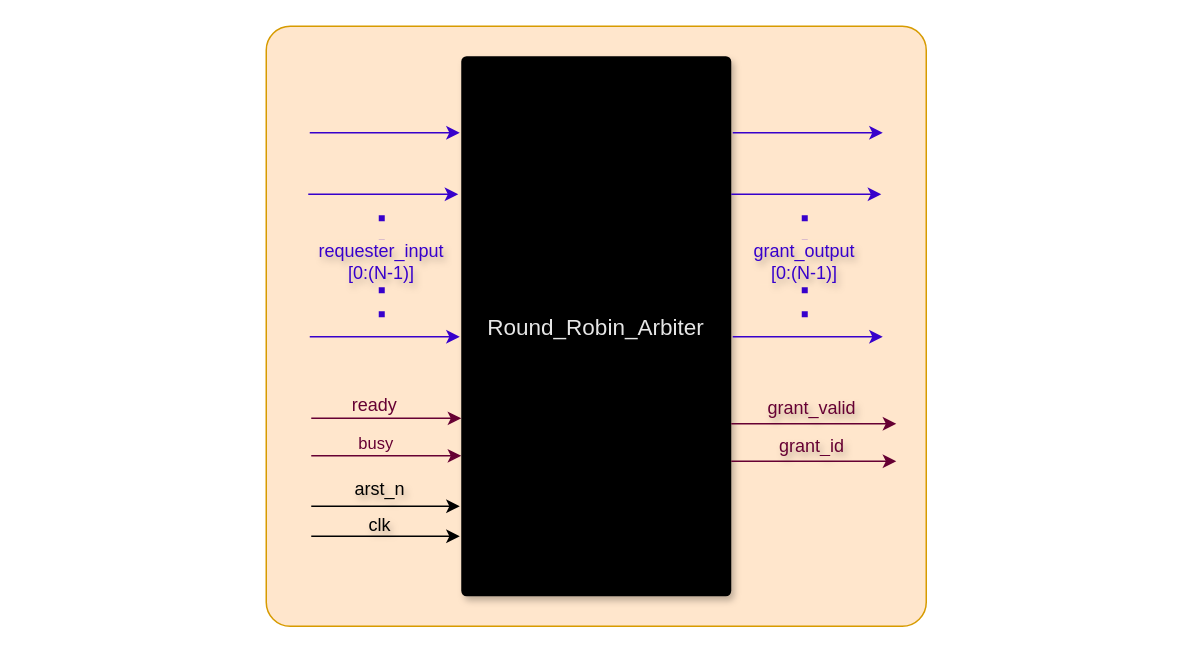
Before: document/source/r_robin_arbiter.drawio in ADN-VLSI/adn_common, a draw.io diagram. Source tidied: cells renumbered, new cells numbered last; positions are measured from the earlier drawing's top-left corner, leaving out a move shared by most shapes. Both pictures are drawn from the tidied source at 150%, with x=0, y=0 at pixel (266, 26).
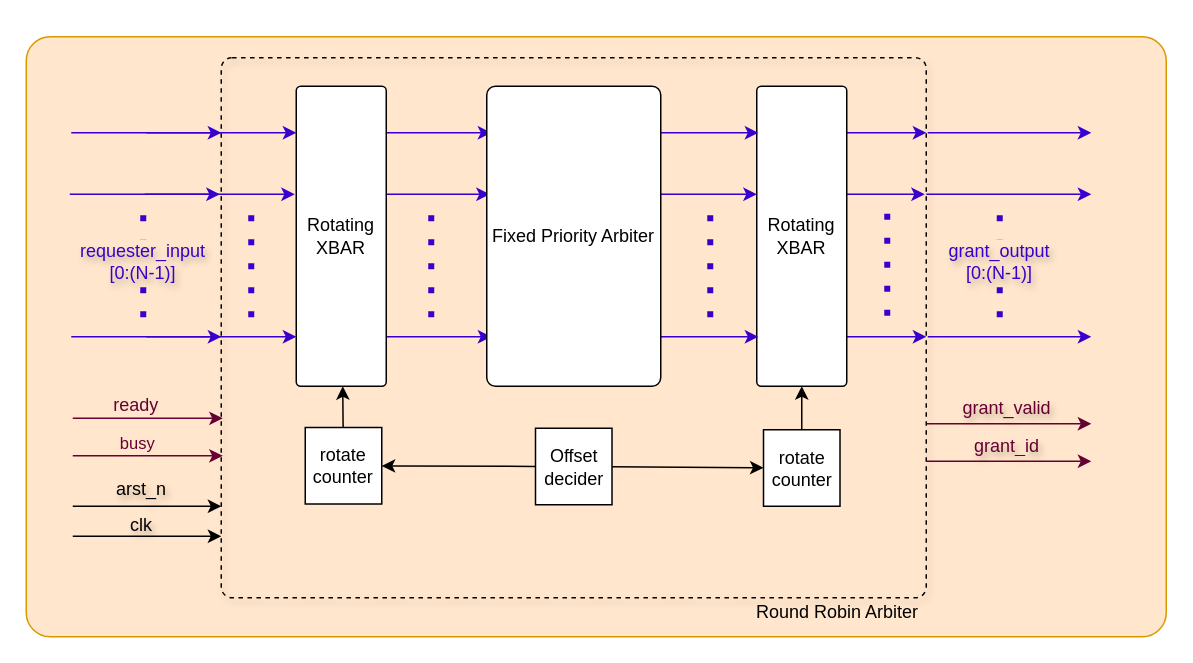
The same page after the edit.

Change to the diagram source:
```diff
@@
     <mxCell id="2" value="&lt;div&gt;&lt;br&gt;&lt;/div&gt;&lt;div&gt;&lt;br&gt;&lt;/div&gt;&lt;div&gt;&lt;br&gt;&lt;/div&gt;&lt;div&gt;&lt;br&gt;&lt;/div&gt;&lt;div&gt;&lt;br&gt;&lt;/div&gt;&lt;div&gt;&lt;br&gt;&lt;/div&gt;&lt;div&gt;&lt;br&gt;&lt;/div&gt;" style="rounded=1;whiteSpace=wrap;html=1;arcSize=4;fillColor=#ffe6cc;strokeColor=#d79b00;glass=0;" parent="1" vertex="1">
-      <mxGeometry width="440" height="400" as="geometry" />
+      <mxGeometry x="-160" y="7" width="760" height="400" as="geometry" />
     </mxCell>
-    <mxCell id="3" value="&lt;font style=&quot;color: rgb(230, 230, 230); font-size: 15px;&quot;&gt;Round_Robin_Arbiter&lt;/font&gt;" style="rounded=1;whiteSpace=wrap;html=1;shadow=1;fillColor=#333333;strokeColor=none;gradientColor=light-dark(#1F0000,#048185);gradientDirection=east;glass=0;arcSize=2;" parent="1" vertex="1">
-      <mxGeometry x="130" y="20" width="180" height="360" as="geometry" />
+    <mxCell id="3" style="rounded=1;whiteSpace=wrap;html=1;shadow=1;gradientDirection=east;glass=0;arcSize=2;fillColor=none;dashed=1;" parent="1" vertex="1">
+      <mxGeometry x="-30" y="21" width="470" height="360" as="geometry" />
     </mxCell>
     <mxCell id="4" style="endArrow=classic;html=1;fillColor=#f8cecc;strokeColor=#660033;" parent="1" edge="1">
       <mxGeometry relative="1" as="geometry">
-        <mxPoint x="30" y="261.4" as="sourcePoint" />
-        <mxPoint x="130" y="261.4" as="targetPoint" />
+        <mxPoint x="-129" y="261.4" as="sourcePoint" />
+        <mxPoint x="-29" y="261.4" as="targetPoint" />
       </mxGeometry>
     </mxCell>
     <mxCell id="5" style="endArrow=classic;html=1;fillColor=#6a00ff;strokeColor=#660033;" parent="1" edge="1">
       <mxGeometry relative="1" as="geometry">
-        <mxPoint x="30" y="286.4" as="sourcePoint" />
-        <mxPoint x="130" y="286.4" as="targetPoint" />
+        <mxPoint x="-129" y="286.4" as="sourcePoint" />
+        <mxPoint x="-29" y="286.4" as="targetPoint" />
       </mxGeometry>
     </mxCell>
@@
     <mxCell id="7" style="endArrow=classic;html=1;fillColor=#6a00ff;strokeColor=#3700CC;" parent="1" edge="1">
       <mxGeometry relative="1" as="geometry">
-        <mxPoint x="29" y="71" as="sourcePoint" />
-        <mxPoint x="129" y="71" as="targetPoint" />
+        <mxPoint x="-130" y="71" as="sourcePoint" />
+        <mxPoint x="-30" y="71" as="targetPoint" />
       </mxGeometry>
     </mxCell>
     <mxCell id="8" style="endArrow=classic;html=1;fillColor=#6a00ff;strokeColor=#3700CC;" parent="1" edge="1">
       <mxGeometry relative="1" as="geometry">
-        <mxPoint x="28" y="112" as="sourcePoint" />
-        <mxPoint x="128" y="112" as="targetPoint" />
+        <mxPoint x="-131" y="112" as="sourcePoint" />
+        <mxPoint x="-31" y="112" as="targetPoint" />
       </mxGeometry>
     </mxCell>
     <mxCell id="9" style="endArrow=none;dashed=1;html=1;dashPattern=1 3;strokeWidth=4;flowAnimation=0;fillColor=#6a00ff;strokeColor=#3700CC;" parent="1" edge="1">
       <mxGeometry relative="1" as="geometry">
-        <mxPoint x="77" y="194" as="sourcePoint" />
-        <mxPoint x="77" y="114" as="targetPoint" />
+        <mxPoint x="-82" y="194" as="sourcePoint" />
+        <mxPoint x="-82" y="114" as="targetPoint" />
       </mxGeometry>
     </mxCell>
     <mxCell id="10" style="endArrow=classic;html=1;fillColor=#6a00ff;strokeColor=#3700CC;" parent="1" edge="1">
       <mxGeometry relative="1" as="geometry">
-        <mxPoint x="29" y="207" as="sourcePoint" />
-        <mxPoint x="129" y="207" as="targetPoint" />
+        <mxPoint x="-130" y="207" as="sourcePoint" />
+        <mxPoint x="-30" y="207" as="targetPoint" />
       </mxGeometry>
     </mxCell>
     <mxCell id="11" style="endArrow=classic;html=1;" parent="1" edge="1">
       <mxGeometry relative="1" as="geometry">
-        <mxPoint x="30" y="320" as="sourcePoint" />
-        <mxPoint x="129" y="320" as="targetPoint" />
+        <mxPoint x="-129" y="320" as="sourcePoint" />
+        <mxPoint x="-30" y="320" as="targetPoint" />
       </mxGeometry>
     </mxCell>
     <mxCell id="12" style="endArrow=classic;html=1;" parent="1" edge="1">
       <mxGeometry relative="1" as="geometry">
-        <mxPoint x="30" y="340" as="sourcePoint" />
-        <mxPoint x="129" y="340" as="targetPoint" />
+        <mxPoint x="-129" y="340" as="sourcePoint" />
+        <mxPoint x="-30" y="340" as="targetPoint" />
       </mxGeometry>
     </mxCell>
     <mxCell id="13" value="arst_n" style="text;html=1;align=center;verticalAlign=middle;whiteSpace=wrap;rounded=0;rotation=0;textShadow=1;direction=east;flipH=0;flipV=0;" parent="1" vertex="1">
-      <mxGeometry x="30" y="299" width="92" height="20" as="geometry" />
+      <mxGeometry x="-129" y="299" width="92" height="20" as="geometry" />
     </mxCell>
     <mxCell id="14" value="clk" style="text;html=1;align=center;verticalAlign=middle;whiteSpace=wrap;rounded=0;rotation=0;textShadow=1;direction=east;" parent="1" vertex="1">
-      <mxGeometry x="30" y="328" width="92" height="9" as="geometry" />
+      <mxGeometry x="-129" y="328" width="92" height="9" as="geometry" />
     </mxCell>
     <mxCell id="15" value="&lt;font style=&quot;color: rgb(55, 0, 204);&quot;&gt;requester_input&lt;br&gt;[0:(N-1)]&lt;/font&gt;" style="text;html=1;align=center;verticalAlign=middle;whiteSpace=wrap;rounded=0;labelBackgroundColor=none;textShadow=1;fillColor=#ffe6cc;strokeColor=none;" parent="1" vertex="1">
-      <mxGeometry x="47" y="142" width="60" height="30" as="geometry" />
+      <mxGeometry x="-112" y="142" width="60" height="30" as="geometry" />
     </mxCell>
     <mxCell id="16" style="endArrow=classic;html=1;strokeColor=#660033;" parent="1" edge="1">
       <mxGeometry relative="1" as="geometry">
-        <mxPoint x="310" y="290" as="sourcePoint" />
-        <mxPoint x="420" y="290" as="targetPoint" />
+        <mxPoint x="440" y="290" as="sourcePoint" />
+        <mxPoint x="550" y="290" as="targetPoint" />
       </mxGeometry>
     </mxCell>
     <mxCell id="17" value="&lt;font style=&quot;color: rgb(102, 0, 51);&quot;&gt;grant_id&lt;/font&gt;" style="text;html=1;align=center;verticalAlign=middle;whiteSpace=wrap;rounded=0;textShadow=1;glass=0;" parent="1" vertex="1">
-      <mxGeometry x="334" y="265" width="60" height="30" as="geometry" />
+      <mxGeometry x="464" y="265" width="60" height="30" as="geometry" />
     </mxCell>
     <mxCell id="18" style="endArrow=classic;html=1;strokeColor=#660033;" parent="1" edge="1">
       <mxGeometry relative="1" as="geometry">
-        <mxPoint x="310" y="265" as="sourcePoint" />
-        <mxPoint x="420" y="265" as="targetPoint" />
+        <mxPoint x="440" y="265" as="sourcePoint" />
+        <mxPoint x="550" y="265" as="targetPoint" />
       </mxGeometry>
     </mxCell>
     <mxCell id="19" value="&lt;font style=&quot;color: rgb(102, 0, 51);&quot;&gt;grant_valid&lt;/font&gt;" style="text;html=1;align=center;verticalAlign=middle;whiteSpace=wrap;rounded=0;textShadow=1;" parent="1" vertex="1">
-      <mxGeometry x="334" y="240" width="60" height="30" as="geometry" />
+      <mxGeometry x="464" y="240" width="60" height="30" as="geometry" />
     </mxCell>
     <mxCell id="20" value="&lt;font style=&quot;color: rgb(102, 0, 51);&quot;&gt;ready&lt;/font&gt;" style="text;html=1;align=center;verticalAlign=middle;strokeColor=none;fillColor=none;" parent="1" vertex="1">
-      <mxGeometry x="47" y="238" width="50" height="30" as="geometry" />
+      <mxGeometry x="-112" y="238" width="50" height="30" as="geometry" />
     </mxCell>
     <mxCell id="21" style="endArrow=classic;html=1;fillColor=#6a00ff;strokeColor=#3700CC;" parent="1" edge="1">
       <mxGeometry relative="1" as="geometry">
-        <mxPoint x="311" y="71" as="sourcePoint" />
-        <mxPoint x="411" y="71" as="targetPoint" />
+        <mxPoint x="441" y="71" as="sourcePoint" />
+        <mxPoint x="550" y="71" as="targetPoint" />
       </mxGeometry>
     </mxCell>
     <mxCell id="22" style="endArrow=classic;html=1;fillColor=#6a00ff;strokeColor=#3700CC;" parent="1" edge="1">
       <mxGeometry relative="1" as="geometry">
-        <mxPoint x="310" y="112" as="sourcePoint" />
-        <mxPoint x="410" y="112" as="targetPoint" />
+        <mxPoint x="440" y="112" as="sourcePoint" />
+        <mxPoint x="550" y="112" as="targetPoint" />
       </mxGeometry>
     </mxCell>
     <mxCell id="23" style="endArrow=none;dashed=1;html=1;dashPattern=1 3;strokeWidth=4;flowAnimation=0;fillColor=#6a00ff;strokeColor=#3700CC;" parent="1" edge="1">
       <mxGeometry relative="1" as="geometry">
-        <mxPoint x="359" y="194" as="sourcePoint" />
-        <mxPoint x="359" y="114" as="targetPoint" />
+        <mxPoint x="489" y="194" as="sourcePoint" />
+        <mxPoint x="489" y="114" as="targetPoint" />
       </mxGeometry>
     </mxCell>
     <mxCell id="24" style="endArrow=classic;html=1;fillColor=#6a00ff;strokeColor=#3700CC;" parent="1" edge="1">
       <mxGeometry relative="1" as="geometry">
-        <mxPoint x="311" y="207" as="sourcePoint" />
-        <mxPoint x="411" y="207" as="targetPoint" />
+        <mxPoint x="441" y="207" as="sourcePoint" />
+        <mxPoint x="550" y="207" as="targetPoint" />
       </mxGeometry>
     </mxCell>
     <mxCell id="25" value="&lt;font color=&quot;#3700cc&quot;&gt;grant_output&lt;br&gt;[0:(N-1)]&lt;/font&gt;" style="text;html=1;align=center;verticalAlign=middle;whiteSpace=wrap;rounded=0;labelBackgroundColor=none;textShadow=1;fillColor=#ffe6cc;strokeColor=none;" parent="1" vertex="1">
-      <mxGeometry x="329" y="142" width="60" height="30" as="geometry" />
+      <mxGeometry x="459" y="142" width="60" height="30" as="geometry" />
     </mxCell>
+    <mxCell id="26" style="endArrow=classic;html=1;fillColor=#6a00ff;strokeColor=#3700CC;" parent="1" edge="1">
+      <mxGeometry relative="1" as="geometry">
+        <mxPoint x="-80" y="71" as="sourcePoint" />
+        <mxPoint x="20" y="71" as="targetPoint" />
+      </mxGeometry>
+    </mxCell>
+    <mxCell id="27" style="endArrow=classic;html=1;fillColor=#6a00ff;strokeColor=#3700CC;" parent="1" edge="1">
+      <mxGeometry relative="1" as="geometry">
+        <mxPoint x="-81" y="112" as="sourcePoint" />
+        <mxPoint x="19" y="112" as="targetPoint" />
+      </mxGeometry>
+    </mxCell>
+    <mxCell id="28" style="endArrow=classic;html=1;fillColor=#6a00ff;strokeColor=#3700CC;" parent="1" edge="1">
+      <mxGeometry relative="1" as="geometry">
+        <mxPoint x="-80" y="207" as="sourcePoint" />
+        <mxPoint x="20" y="207" as="targetPoint" />
+      </mxGeometry>
+    </mxCell>
+    <mxCell id="29" style="endArrow=classic;html=1;fillColor=#6a00ff;strokeColor=#3700CC;" parent="1" edge="1">
+      <mxGeometry relative="1" as="geometry">
+        <mxPoint x="360" y="71" as="sourcePoint" />
+        <mxPoint x="440" y="71" as="targetPoint" />
+      </mxGeometry>
+    </mxCell>
+    <mxCell id="30" style="endArrow=classic;html=1;fillColor=#6a00ff;strokeColor=#3700CC;" parent="1" edge="1">
+      <mxGeometry relative="1" as="geometry">
+        <mxPoint x="360" y="112" as="sourcePoint" />
+        <mxPoint x="439" y="112" as="targetPoint" />
+      </mxGeometry>
+    </mxCell>
+    <mxCell id="31" style="endArrow=classic;html=1;fillColor=#6a00ff;strokeColor=#3700CC;" parent="1" edge="1">
+      <mxGeometry relative="1" as="geometry">
+        <mxPoint x="360" y="207" as="sourcePoint" />
+        <mxPoint x="440" y="207" as="targetPoint" />
+      </mxGeometry>
+    </mxCell>
+    <mxCell id="32" value="Rotating XBAR" style="rounded=1;whiteSpace=wrap;html=1;arcSize=5;" parent="1" vertex="1">
+      <mxGeometry x="327" y="40" width="60" height="200" as="geometry" />
+    </mxCell>
+    <mxCell id="33" style="endArrow=classic;html=1;fillColor=#6a00ff;strokeColor=#3700CC;" parent="1" edge="1">
+      <mxGeometry relative="1" as="geometry">
+        <mxPoint x="50" y="71" as="sourcePoint" />
+        <mxPoint x="150" y="71" as="targetPoint" />
+      </mxGeometry>
+    </mxCell>
+    <mxCell id="34" style="endArrow=classic;html=1;fillColor=#6a00ff;strokeColor=#3700CC;" parent="1" edge="1">
+      <mxGeometry relative="1" as="geometry">
+        <mxPoint x="49" y="112" as="sourcePoint" />
+        <mxPoint x="149" y="112" as="targetPoint" />
+      </mxGeometry>
+    </mxCell>
+    <mxCell id="35" style="endArrow=classic;html=1;fillColor=#6a00ff;strokeColor=#3700CC;" parent="1" edge="1">
+      <mxGeometry relative="1" as="geometry">
+        <mxPoint x="50" y="207" as="sourcePoint" />
+        <mxPoint x="150" y="207" as="targetPoint" />
+      </mxGeometry>
+    </mxCell>
+    <mxCell id="36" style="endArrow=classic;html=1;fillColor=#6a00ff;strokeColor=#3700CC;" parent="1" edge="1">
+      <mxGeometry relative="1" as="geometry">
+        <mxPoint x="228" y="71" as="sourcePoint" />
+        <mxPoint x="328" y="71" as="targetPoint" />
+      </mxGeometry>
+    </mxCell>
+    <mxCell id="37" style="endArrow=classic;html=1;fillColor=#6a00ff;strokeColor=#3700CC;" parent="1" edge="1">
+      <mxGeometry relative="1" as="geometry">
+        <mxPoint x="227" y="112" as="sourcePoint" />
+        <mxPoint x="327" y="112" as="targetPoint" />
+      </mxGeometry>
+    </mxCell>
+    <mxCell id="38" style="endArrow=classic;html=1;fillColor=#6a00ff;strokeColor=#3700CC;" parent="1" edge="1">
+      <mxGeometry relative="1" as="geometry">
+        <mxPoint x="228" y="207" as="sourcePoint" />
+        <mxPoint x="328" y="207" as="targetPoint" />
+      </mxGeometry>
+    </mxCell>
+    <mxCell id="39" value="Rotating XBAR" style="rounded=1;whiteSpace=wrap;html=1;arcSize=5;" parent="1" vertex="1">
+      <mxGeometry x="20" y="40" width="60" height="200" as="geometry" />
+    </mxCell>
+    <mxCell id="40" value="Fixed Priority Arbiter" style="rounded=1;whiteSpace=wrap;html=1;arcSize=5;" parent="1" vertex="1">
+      <mxGeometry x="147" y="40" width="116" height="200" as="geometry" />
+    </mxCell>
+    <mxCell id="41" style="endArrow=none;dashed=1;html=1;dashPattern=1 3;strokeWidth=4;flowAnimation=0;fillColor=#6a00ff;strokeColor=#3700CC;" parent="1" edge="1">
+      <mxGeometry relative="1" as="geometry">
+        <mxPoint x="110" y="194" as="sourcePoint" />
+        <mxPoint x="110" y="114" as="targetPoint" />
+      </mxGeometry>
+    </mxCell>
+    <mxCell id="42" style="endArrow=none;dashed=1;html=1;dashPattern=1 3;strokeWidth=4;flowAnimation=0;fillColor=#6a00ff;strokeColor=#3700CC;" parent="1" edge="1">
+      <mxGeometry relative="1" as="geometry">
+        <mxPoint x="296" y="194" as="sourcePoint" />
+        <mxPoint x="296" y="114" as="targetPoint" />
+      </mxGeometry>
+    </mxCell>
+    <mxCell id="43" style="endArrow=none;dashed=1;html=1;dashPattern=1 3;strokeWidth=4;flowAnimation=0;fillColor=#6a00ff;strokeColor=#3700CC;" parent="1" edge="1">
+      <mxGeometry relative="1" as="geometry">
+        <mxPoint x="414" y="193" as="sourcePoint" />
+        <mxPoint x="414" y="113" as="targetPoint" />
+      </mxGeometry>
+    </mxCell>
+    <mxCell id="44" style="endArrow=none;dashed=1;html=1;dashPattern=1 3;strokeWidth=4;flowAnimation=0;fillColor=#6a00ff;strokeColor=#3700CC;" parent="1" edge="1">
+      <mxGeometry relative="1" as="geometry">
+        <mxPoint x="-10" y="194" as="sourcePoint" />
+        <mxPoint x="-10" y="114" as="targetPoint" />
+      </mxGeometry>
+    </mxCell>
+    <mxCell id="45" style="edgeStyle=none;html=1;" parent="1" edge="1" source="46" target="39">
+      <mxGeometry relative="1" as="geometry" />
+    </mxCell>
+    <mxCell id="46" value="rotate counter" style="whiteSpace=wrap;html=1;" parent="1" vertex="1">
+      <mxGeometry x="26" y="267.5" width="51" height="51" as="geometry" />
+    </mxCell>
+    <mxCell id="47" style="edgeStyle=none;html=1;" parent="1" edge="1" source="49" target="46">
+      <mxGeometry relative="1" as="geometry" />
+    </mxCell>
+    <mxCell id="48" style="edgeStyle=none;html=1;" parent="1" edge="1" source="49" target="51">
+      <mxGeometry relative="1" as="geometry" />
+    </mxCell>
+    <mxCell id="49" value="Offset decider" style="whiteSpace=wrap;html=1;" parent="1" vertex="1">
+      <mxGeometry x="179.5" y="268" width="51" height="51" as="geometry" />
+    </mxCell>
+    <mxCell id="50" style="edgeStyle=none;html=1;" parent="1" edge="1" source="51" target="32">
+      <mxGeometry relative="1" as="geometry" />
+    </mxCell>
+    <mxCell id="51" value="rotate counter" style="whiteSpace=wrap;html=1;" parent="1" vertex="1">
+      <mxGeometry x="331.5" y="269" width="51" height="51" as="geometry" />
+    </mxCell>
+    <mxCell id="52" value="Round Robin Arbiter" style="text;html=1;align=center;verticalAlign=middle;whiteSpace=wrap;rounded=0;" parent="1" vertex="1">
+      <mxGeometry x="316" y="383" width="130" height="15" as="geometry" />
+    </mxCell>
```
